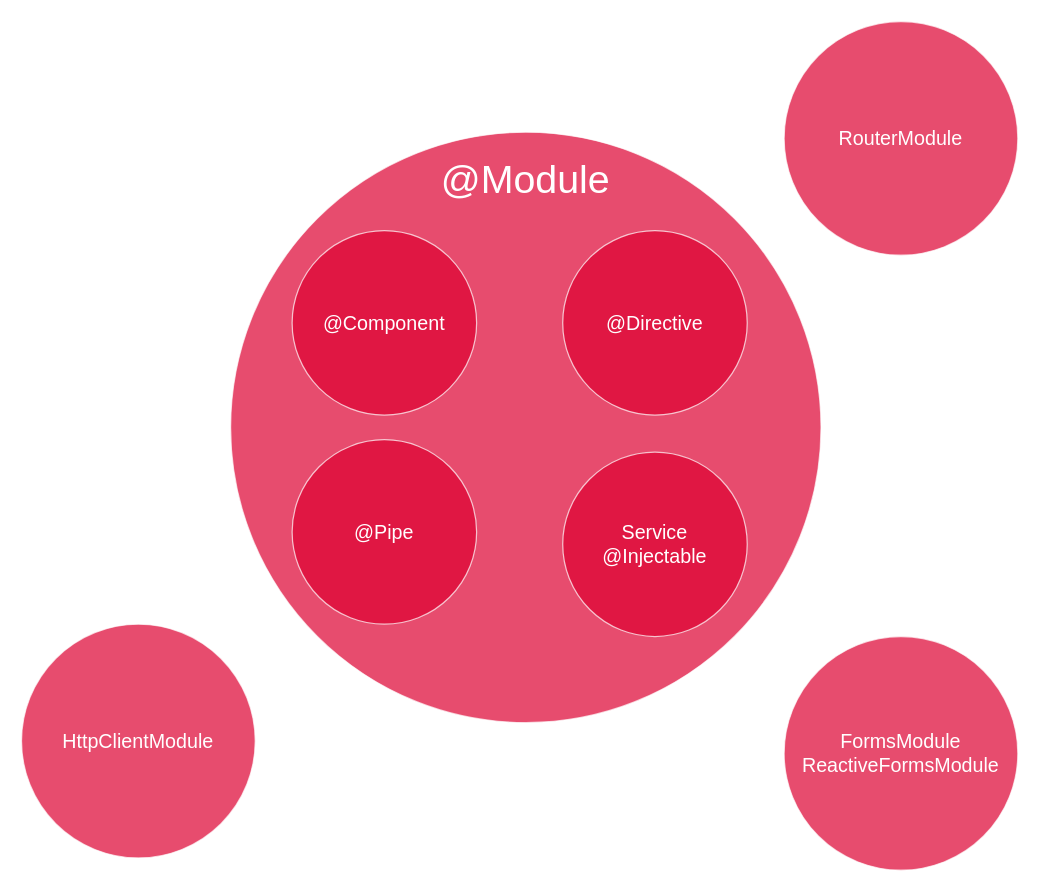
Before: page "Module" (4 of 5) of TypeScript.drawio in gjungb/Zeichnungen, a draw.io diagram. Source tidied: cells renumbered, new cells numbered last; positions are measured from the earlier drawing's top-left corner, leaving out a move shared by most shapes. Both pictures are drawn from the tidied source at 123%, with x=0, y=0 at pixel (21, 21).
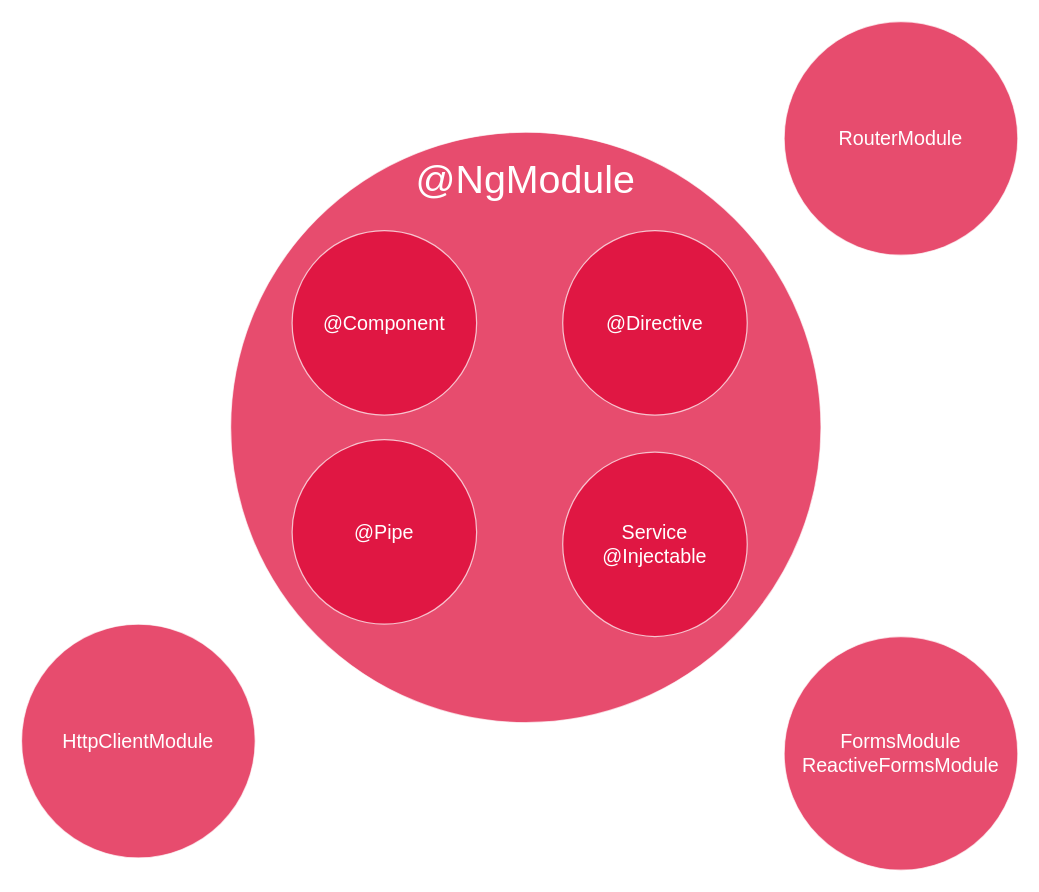
After the change.

Change to the diagram source:
```diff
@@
 <mxGraphModel>
   <root>
     <mxCell id="0" />
     <mxCell id="1" parent="0" />
-    <mxCell id="2" value="@Module" style="ellipse;whiteSpace=wrap;html=1;fillColor=#DD0031;fontSize=32;fontColor=#FFFFFF;align=center;fontFamily=Fira Code;spacingRight=0;verticalAlign=top;spacing=15;strokeColor=#FFFFFF;opacity=70;" parent="1" vertex="1">
+    <mxCell id="2" value="@NgModule" style="ellipse;whiteSpace=wrap;html=1;fillColor=#DD0031;fontSize=32;fontColor=#FFFFFF;align=center;fontFamily=Fira Code;spacingRight=0;verticalAlign=top;spacing=15;strokeColor=#FFFFFF;opacity=70;" parent="1" vertex="1">
       <mxGeometry x="170" y="90" width="480" height="480" as="geometry" />
     </mxCell>
     <mxCell id="3" value="@Component" style="ellipse;whiteSpace=wrap;html=1;fillColor=#DD0031;fontSize=16;fontColor=#FFFFFF;align=center;fontFamily=Fira Code;spacingRight=0;verticalAlign=middle;spacing=15;strokeColor=#FFFFFF;opacity=70;" parent="1" vertex="1">
       <mxGeometry x="220" y="170" width="150" height="150" as="geometry" />
     </mxCell>
     <mxCell id="4" value="@Directive" style="ellipse;whiteSpace=wrap;html=1;fillColor=#DD0031;fontSize=16;fontColor=#FFFFFF;align=center;fontFamily=Fira Code;spacingRight=0;verticalAlign=middle;spacing=15;strokeColor=#FFFFFF;opacity=70;" parent="1" vertex="1">
       <mxGeometry x="440" y="170" width="150" height="150" as="geometry" />
     </mxCell>
     <mxCell id="5" value="@Pipe" style="ellipse;whiteSpace=wrap;html=1;fillColor=#DD0031;fontSize=16;fontColor=#FFFFFF;align=center;fontFamily=Fira Code;spacingRight=0;verticalAlign=middle;spacing=15;strokeColor=#FFFFFF;opacity=70;" parent="1" vertex="1">
       <mxGeometry x="220" y="340" width="150" height="150" as="geometry" />
     </mxCell>
     <mxCell id="6" value="Service&lt;br&gt;@Injectable" style="ellipse;whiteSpace=wrap;html=1;fillColor=#DD0031;fontSize=16;fontColor=#FFFFFF;align=center;fontFamily=Fira Code;spacingRight=0;verticalAlign=middle;spacing=15;strokeColor=#FFFFFF;opacity=70;" parent="1" vertex="1">
       <mxGeometry x="440" y="350" width="150" height="150" as="geometry" />
     </mxCell>
     <mxCell id="7" value="HttpClientModule" style="ellipse;whiteSpace=wrap;html=1;fillColor=#DD0031;fontSize=16;fontColor=#FFFFFF;align=center;fontFamily=Fira Code;spacingRight=0;verticalAlign=middle;spacing=15;strokeColor=#FFFFFF;opacity=70;" parent="1" vertex="1">
       <mxGeometry y="490" width="190" height="190" as="geometry" />
     </mxCell>
     <mxCell id="8" value="FormsModule&lt;br&gt;ReactiveFormsModule" style="ellipse;whiteSpace=wrap;html=1;fillColor=#DD0031;fontSize=16;fontColor=#FFFFFF;align=center;fontFamily=Fira Code;spacingRight=0;verticalAlign=middle;spacing=15;strokeColor=#FFFFFF;opacity=70;" parent="1" vertex="1">
       <mxGeometry x="620" y="500" width="190" height="190" as="geometry" />
     </mxCell>
     <mxCell id="9" value="RouterModule" style="ellipse;whiteSpace=wrap;html=1;fillColor=#DD0031;fontSize=16;fontColor=#FFFFFF;align=center;fontFamily=Fira Code;spacingRight=0;verticalAlign=middle;spacing=15;strokeColor=#FFFFFF;opacity=70;" parent="1" vertex="1">
       <mxGeometry x="620" width="190" height="190" as="geometry" />
     </mxCell>
   </root>
 </mxGraphModel>
```
